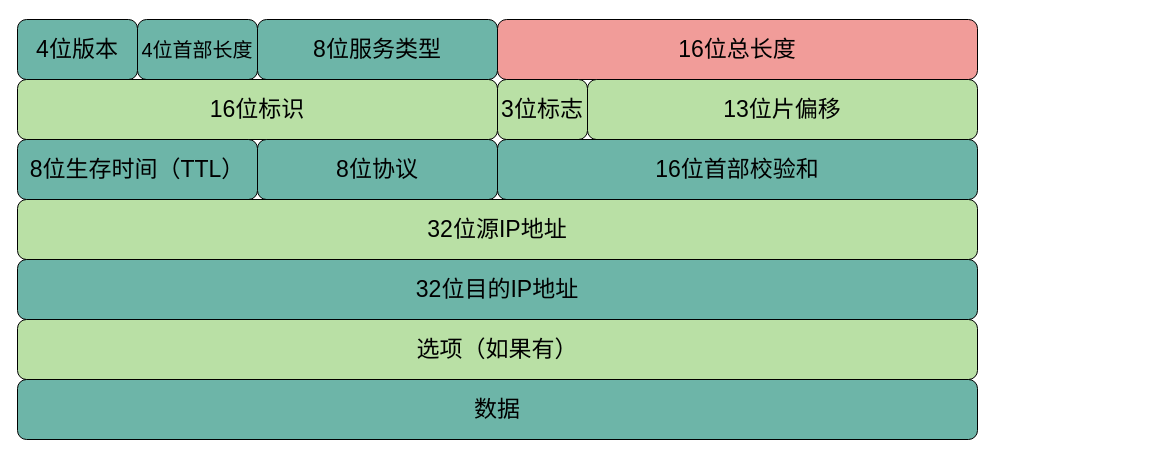
Above: network/ip报头.drawio in xiaobaiTech/image (draw.io), before the change. Source tidied: cells renumbered, new cells numbered last; positions are measured from the earlier drawing's top-left corner, leaving out a move shared by most shapes. Both pictures are drawn from the tidied source at 100%, with x=0, y=0 at pixel (17, 19).
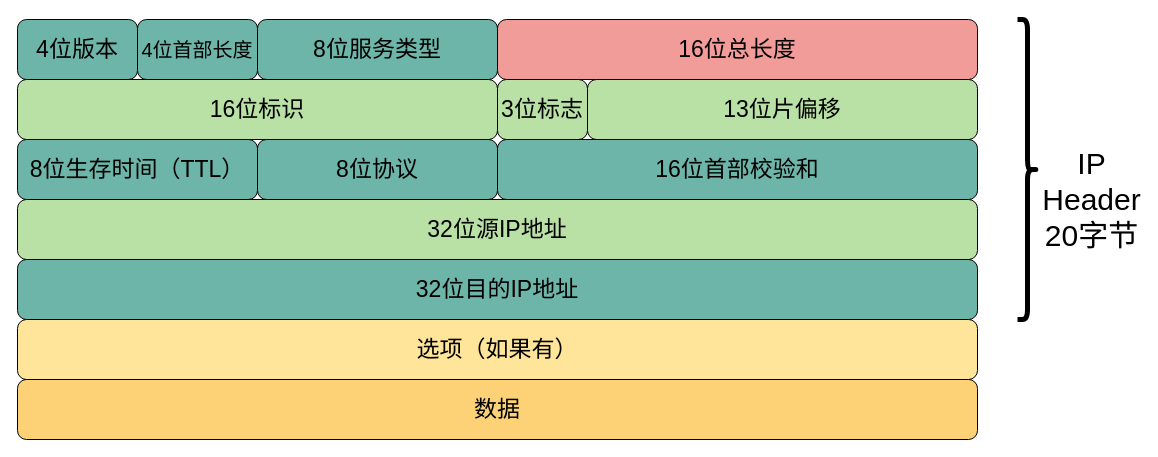
Above is the later version.

Change to the diagram source:
```diff
@@
 <mxGraphModel>
   <root>
     <mxCell id="0" />
     <mxCell id="1" parent="0" />
     <mxCell id="2" value="&lt;font style=&quot;font-size: 23px;&quot;&gt;4位版本&lt;/font&gt;" style="rounded=1;whiteSpace=wrap;html=1;fontSize=23;fillColor=#6DB5A8;" parent="1" vertex="1">
       <mxGeometry width="120" height="60" as="geometry" />
     </mxCell>
     <mxCell id="3" value="&lt;font style=&quot;font-size: 20px&quot;&gt;4位首部长度&lt;/font&gt;" style="rounded=1;whiteSpace=wrap;html=1;fontSize=23;fillColor=#6DB5A8;" parent="1" vertex="1">
       <mxGeometry x="120" width="120" height="60" as="geometry" />
     </mxCell>
     <mxCell id="4" value="&lt;font style=&quot;font-size: 23px;&quot;&gt;8位服务类型&lt;/font&gt;" style="rounded=1;whiteSpace=wrap;html=1;fontSize=23;fillColor=#6DB5A8;" parent="1" vertex="1">
       <mxGeometry x="240" width="240" height="60" as="geometry" />
     </mxCell>
     <mxCell id="5" value="&lt;font style=&quot;font-size: 23px;&quot;&gt;16位总长度&lt;/font&gt;" style="rounded=1;whiteSpace=wrap;html=1;fillColor=#F19C99;fontSize=23;" parent="1" vertex="1">
       <mxGeometry x="480" width="480" height="60" as="geometry" />
     </mxCell>
     <mxCell id="6" value="&lt;font style=&quot;font-size: 23px;&quot;&gt;16位标识&lt;/font&gt;" style="rounded=1;whiteSpace=wrap;html=1;fontSize=23;fillColor=#B9E0A5;" parent="1" vertex="1">
       <mxGeometry y="60" width="480" height="60" as="geometry" />
     </mxCell>
     <mxCell id="7" value="&lt;font style=&quot;font-size: 23px;&quot;&gt;13位片偏移&lt;/font&gt;" style="rounded=1;whiteSpace=wrap;html=1;fontSize=23;fillColor=#B9E0A5;" parent="1" vertex="1">
       <mxGeometry x="570" y="60" width="390" height="60" as="geometry" />
     </mxCell>
     <mxCell id="8" value="&lt;font style=&quot;font-size: 23px;&quot;&gt;3位标志&lt;/font&gt;" style="rounded=1;whiteSpace=wrap;html=1;fontSize=23;fillColor=#B9E0A5;" parent="1" vertex="1">
       <mxGeometry x="480" y="60" width="90" height="60" as="geometry" />
     </mxCell>
     <mxCell id="9" value="&lt;font style=&quot;font-size: 23px;&quot;&gt;8位生存时间（TTL）&lt;/font&gt;" style="rounded=1;whiteSpace=wrap;html=1;fontSize=23;fillColor=#6DB5A8;" parent="1" vertex="1">
       <mxGeometry y="120" width="240" height="60" as="geometry" />
     </mxCell>
     <mxCell id="10" value="&lt;font style=&quot;font-size: 23px;&quot;&gt;8位协议&lt;/font&gt;" style="rounded=1;whiteSpace=wrap;html=1;fontSize=23;fillColor=#6DB5A8;" parent="1" vertex="1">
       <mxGeometry x="240" y="120" width="240" height="60" as="geometry" />
     </mxCell>
     <mxCell id="11" value="&lt;font style=&quot;font-size: 23px;&quot;&gt;16位首部校验和&lt;/font&gt;" style="rounded=1;whiteSpace=wrap;html=1;fontSize=23;fillColor=#6DB5A8;" parent="1" vertex="1">
       <mxGeometry x="480" y="120" width="480" height="60" as="geometry" />
     </mxCell>
     <mxCell id="12" value="&lt;font style=&quot;font-size: 23px;&quot;&gt;32位源IP地址&lt;/font&gt;" style="rounded=1;whiteSpace=wrap;html=1;fontSize=23;fillColor=#B9E0A5;" parent="1" vertex="1">
       <mxGeometry y="180" width="960" height="60" as="geometry" />
     </mxCell>
     <mxCell id="13" value="&lt;font style=&quot;font-size: 23px;&quot;&gt;32位目的IP地址&lt;/font&gt;" style="rounded=1;whiteSpace=wrap;html=1;fontSize=23;fillColor=#6DB5A8;" parent="1" vertex="1">
       <mxGeometry y="240" width="960" height="60" as="geometry" />
     </mxCell>
-    <mxCell id="14" value="&lt;font style=&quot;font-size: 23px;&quot;&gt;选项（如果有）&lt;/font&gt;" style="rounded=1;whiteSpace=wrap;html=1;fontSize=23;fillColor=#B9E0A5;" parent="1" vertex="1">
+    <mxCell id="14" value="&lt;font style=&quot;font-size: 23px;&quot;&gt;选项（如果有）&lt;/font&gt;" style="rounded=1;whiteSpace=wrap;html=1;fontSize=23;fillColor=#FFE599;" parent="1" vertex="1">
       <mxGeometry y="300" width="960" height="60" as="geometry" />
     </mxCell>
-    <mxCell id="15" value="&lt;font style=&quot;font-size: 23px;&quot;&gt;数据&lt;/font&gt;" style="rounded=1;whiteSpace=wrap;html=1;fontSize=23;fillColor=#6DB5A8;" parent="1" vertex="1">
+    <mxCell id="15" value="&lt;font style=&quot;font-size: 23px;&quot;&gt;数据&lt;/font&gt;" style="rounded=1;whiteSpace=wrap;html=1;fontSize=23;fillColor=#FDD276;" parent="1" vertex="1">
       <mxGeometry y="360" width="960" height="60" as="geometry" />
     </mxCell>
+    <mxCell id="16" style="shape=curlyBracket;whiteSpace=wrap;html=1;rounded=1;strokeColor=#000000;fillColor=#FDD276;gradientColor=none;fontSize=23;direction=west;strokeWidth=5;" parent="1" vertex="1">
+      <mxGeometry x="1000" width="20" height="300" as="geometry" />
+    </mxCell>
+    <mxCell id="17" value="&lt;font style=&quot;font-size: 30px&quot;&gt;IP&lt;br&gt;Header&lt;br&gt;20字节&lt;br&gt;&lt;/font&gt;" style="text;html=1;strokeColor=none;fillColor=none;align=center;verticalAlign=middle;whiteSpace=wrap;rounded=0;fontSize=23;" parent="1" vertex="1">
+      <mxGeometry x="1029" y="170" width="91" height="20" as="geometry" />
+    </mxCell>
   </root>
 </mxGraphModel>
```
